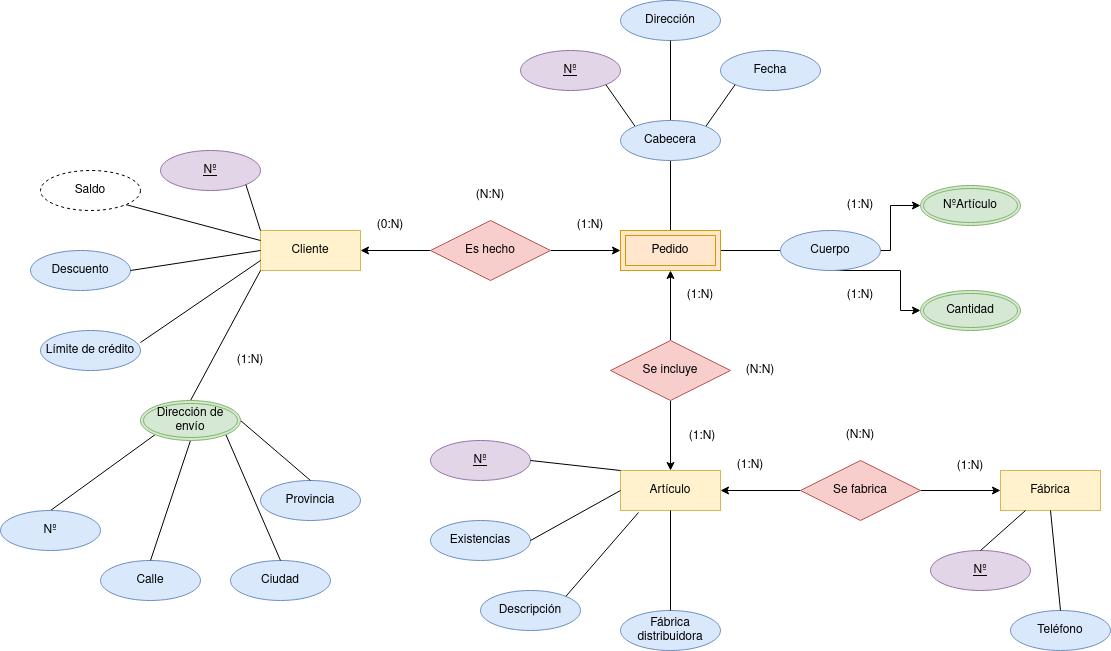
The draw.io diagram IMG/Sistema de artículos - Encargo.drawio.png in samugd17/base-datos-bae-, before a commit. Source tidied: cells renumbered, new cells last; positions are measured from the earlier drawing's top-left corner, leaving out a move shared by most shapes.
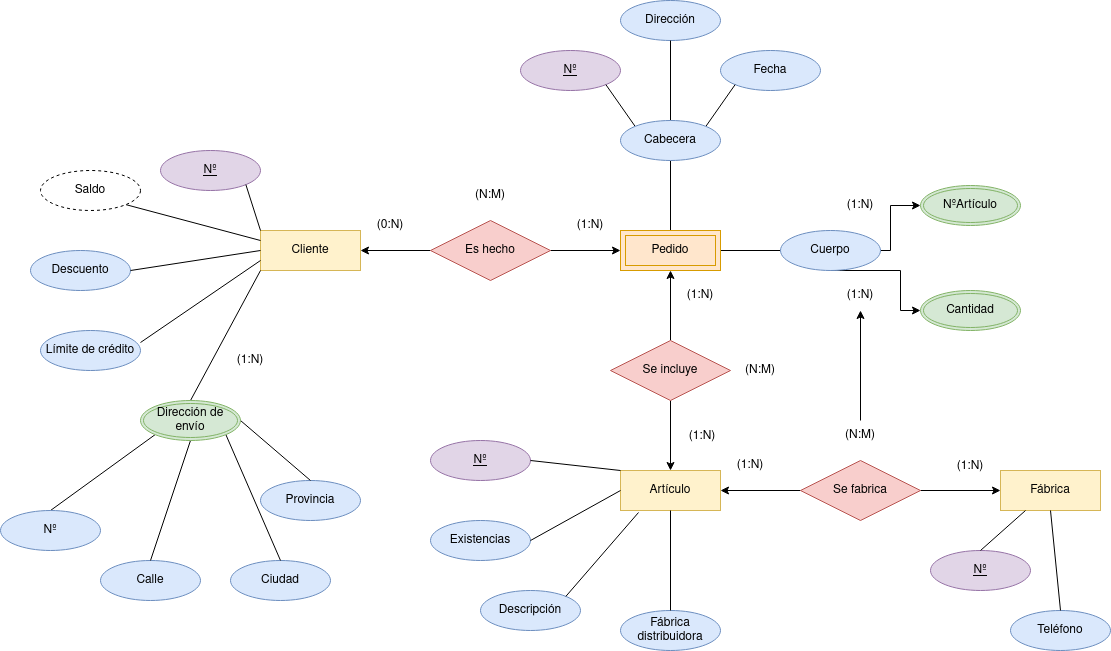
After the commit.

Diff of the diagram source:
```diff
@@ -47,7 +47,7 @@
     <mxCell id="16" value="(0:N)" style="text;html=1;strokeColor=none;fillColor=none;align=center;verticalAlign=middle;whiteSpace=wrap;rounded=0;" parent="1" vertex="1">
       <mxGeometry x="360" y="210" width="60" height="30" as="geometry" />
     </mxCell>
-    <mxCell id="17" value="(N:N)" style="text;html=1;strokeColor=none;fillColor=none;align=center;verticalAlign=middle;whiteSpace=wrap;rounded=0;" parent="1" vertex="1">
+    <mxCell id="17" value="(N:M)" style="text;html=1;strokeColor=none;fillColor=none;align=center;verticalAlign=middle;whiteSpace=wrap;rounded=0;" parent="1" vertex="1">
       <mxGeometry x="460" y="180" width="60" height="30" as="geometry" />
     </mxCell>
     <mxCell id="18" value="(1:N)" style="text;html=1;strokeColor=none;fillColor=none;align=center;verticalAlign=middle;whiteSpace=wrap;rounded=0;" parent="1" vertex="1">
@@ -56,7 +56,7 @@
     <mxCell id="19" value="(1:N)" style="text;html=1;strokeColor=none;fillColor=none;align=center;verticalAlign=middle;whiteSpace=wrap;rounded=0;" parent="1" vertex="1">
       <mxGeometry x="670" y="280" width="60" height="30" as="geometry" />
     </mxCell>
-    <mxCell id="20" value="(N:N)" style="text;html=1;strokeColor=none;fillColor=none;align=center;verticalAlign=middle;whiteSpace=wrap;rounded=0;" parent="1" vertex="1">
+    <mxCell id="20" value="(N:M)" style="text;html=1;strokeColor=none;fillColor=none;align=center;verticalAlign=middle;whiteSpace=wrap;rounded=0;" parent="1" vertex="1">
       <mxGeometry x="730" y="355" width="60" height="30" as="geometry" />
     </mxCell>
     <mxCell id="21" value="(1:N)" style="text;html=1;strokeColor=none;fillColor=none;align=center;verticalAlign=middle;whiteSpace=wrap;rounded=0;" parent="1" vertex="1">
@@ -65,7 +65,10 @@
     <mxCell id="22" value="(1:N)" style="text;html=1;strokeColor=none;fillColor=none;align=center;verticalAlign=middle;whiteSpace=wrap;rounded=0;" parent="1" vertex="1">
       <mxGeometry x="720" y="450" width="60" height="30" as="geometry" />
     </mxCell>
+    <mxCell id="71" style="edgeStyle=orthogonalEdgeStyle;rounded=0;jettySize=auto;html=1;" parent="1" edge="1" source="23" target="68">
+      <mxGeometry relative="1" as="geometry" />
+    </mxCell>
-    <mxCell id="23" value="(N:N)" style="text;html=1;strokeColor=none;fillColor=none;align=center;verticalAlign=middle;whiteSpace=wrap;rounded=0;" parent="1" vertex="1">
+    <mxCell id="23" value="(N:M)" style="text;html=1;strokeColor=none;fillColor=none;align=center;verticalAlign=middle;whiteSpace=wrap;rounded=0;" parent="1" vertex="1">
       <mxGeometry x="830" y="420" width="60" height="30" as="geometry" />
     </mxCell>
     <mxCell id="24" value="Descuento" style="ellipse;whiteSpace=wrap;html=1;align=center;fillColor=#dae8fc;strokeColor=#6c8ebf;" parent="1" vertex="1">
```
